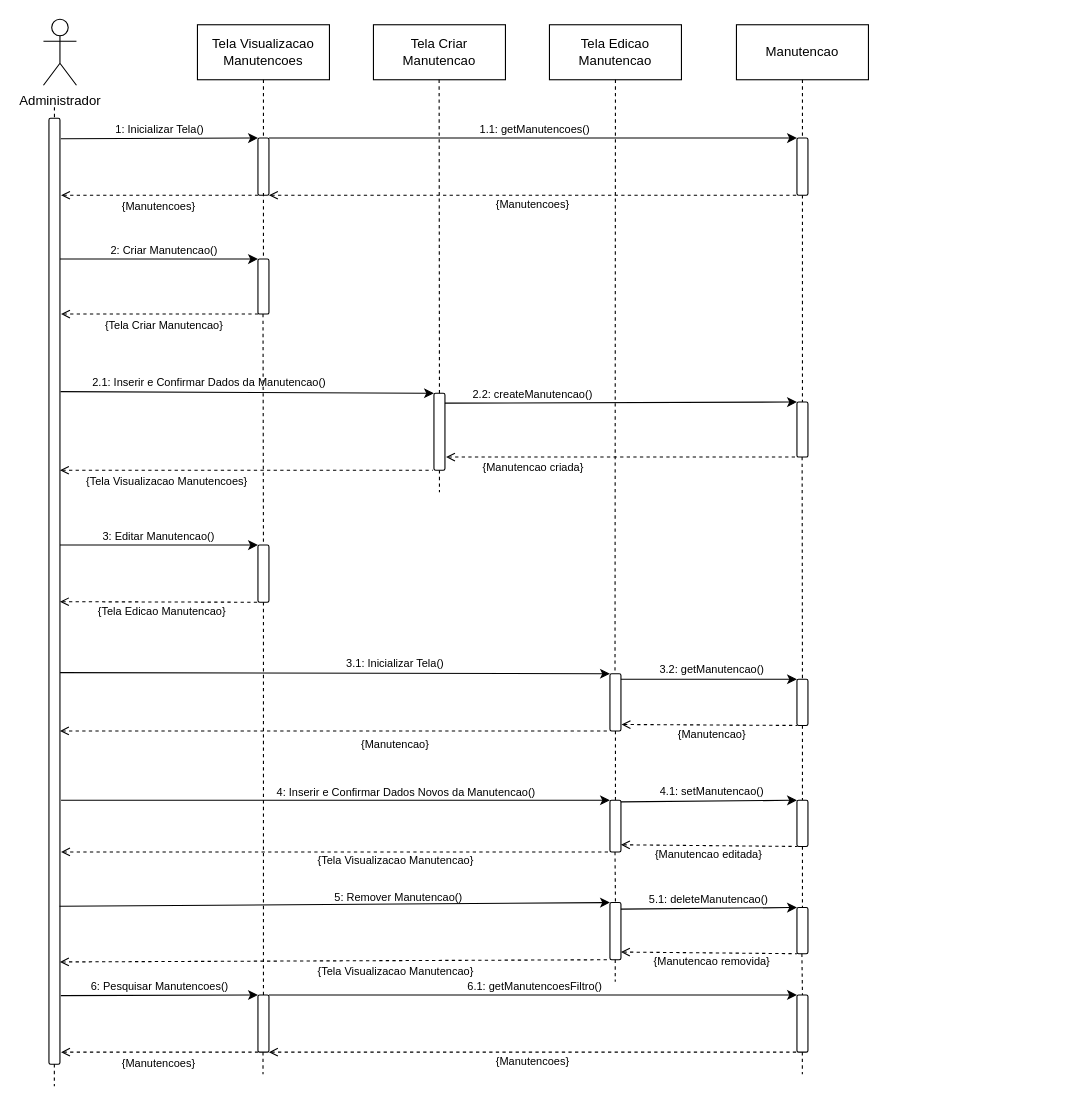
Above: Diagramas/Eng_de_Software/Modelos/Sequencia/Manter_Manutencoes.drawio in GabrielGMori/trabalho-conclus-o-ano (draw.io), before the change. Source tidied: cells renumbered, new cells numbered last; positions are measured from the earlier drawing's top-left corner, leaving out a move shared by most shapes. Both pictures are drawn from the tidied source at 110%, with x=0, y=0 at pixel (43, 19).
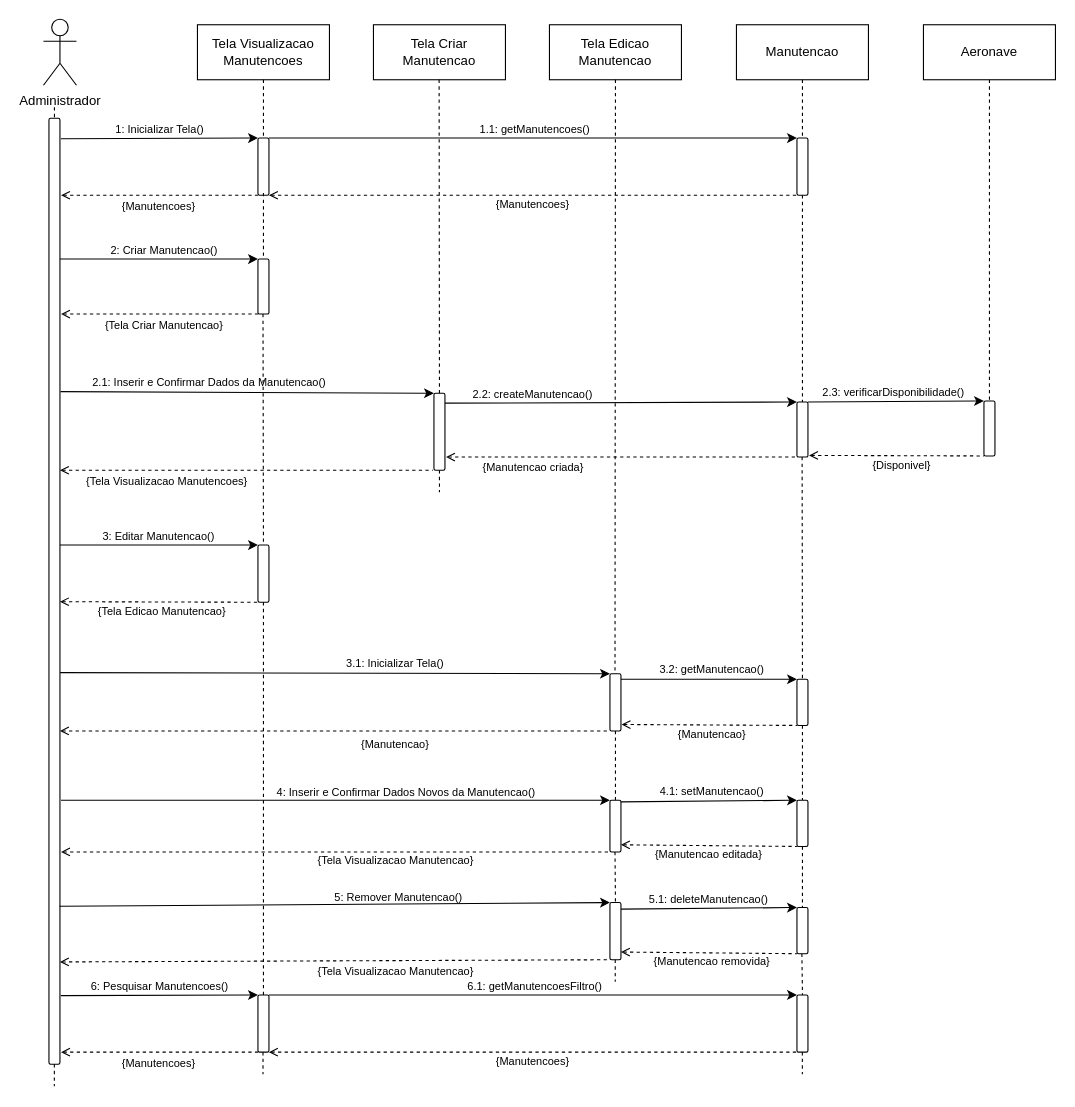
After the change.

Unchanged cells that the change refers to:
```xml
<mxCell id="20" style="rounded=1;whiteSpace=wrap;html=1;" parent="1" vertex="1">
  <mxGeometry x="685" y="348" width="10" height="50" as="geometry" />
</mxCell>
```

Change to the diagram source:
```diff
@@
+    <mxCell id="99" value="Aeronave" style="rounded=0;whiteSpace=wrap;html=1;" parent="1" vertex="1">
+      <mxGeometry x="800" y="5" width="120" height="50" as="geometry" />
+    </mxCell>
+    <mxCell id="100" style="rounded=1;whiteSpace=wrap;html=1;" parent="1" vertex="1">
+      <mxGeometry x="855" y="347" width="10" height="50" as="geometry" />
+    </mxCell>
+    <mxCell id="101" style="endArrow=none;dashed=1;html=1;rounded=0;exitX=0.5;exitY=1;exitDx=0;exitDy=0;entryX=0.5;entryY=0;entryDx=0;entryDy=0;" parent="1" edge="1" source="99" target="100">
+      <mxGeometry relative="1" as="geometry" />
+    </mxCell>
+    <mxCell id="102" style="endArrow=classic;html=1;rounded=0;entryX=0;entryY=0;entryDx=0;entryDy=0;exitX=1;exitY=0;exitDx=0;exitDy=0;" parent="1" edge="1" source="20" target="100">
+      <mxGeometry relative="1" as="geometry" />
+    </mxCell>
+    <mxCell id="103" style="endArrow=none;html=1;rounded=0;entryX=0;entryY=1;entryDx=0;entryDy=0;dashed=1;endFill=0;startArrow=open;startFill=0;" parent="1" edge="1" target="100">
+      <mxGeometry relative="1" as="geometry">
+        <mxPoint x="696" y="396.5" as="sourcePoint" />
+      </mxGeometry>
+    </mxCell>
+    <mxCell id="104" value="2.3: verificarDisponibilidade()" style="text;html=1;align=center;verticalAlign=middle;whiteSpace=wrap;rounded=0;fontSize=10;" parent="1" vertex="1">
+      <mxGeometry x="673" y="329" width="200" height="20" as="geometry" />
+    </mxCell>
+    <mxCell id="105" value="{Disponivel}" style="text;html=1;align=center;verticalAlign=middle;whiteSpace=wrap;rounded=0;fontSize=10;" parent="1" vertex="1">
+      <mxGeometry x="702.5" y="395" width="155" height="20" as="geometry" />
+    </mxCell>
```
